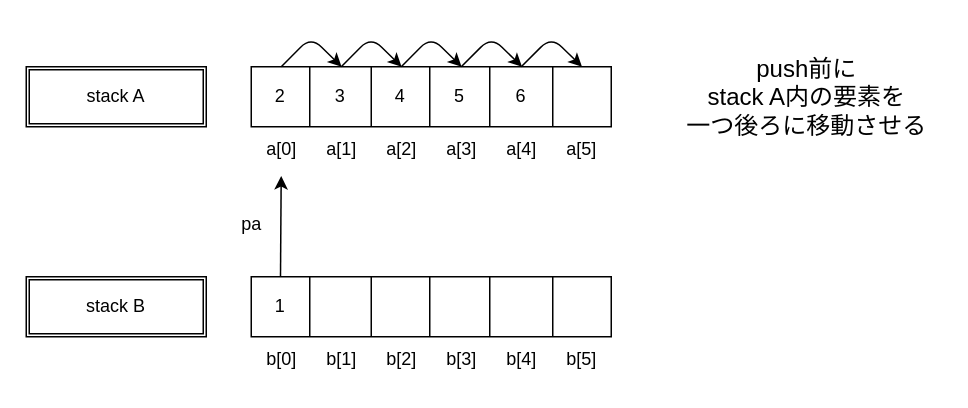
This is page "ページ3" (3 of 3) of images/array1.dio from welove-t/42Tokyo-push_swap, a draw.io file, before an edit. Source tidied: cells renumbered, new cells numbered last; positions are measured from the earlier drawing's top-left corner, leaving out a move shared by most shapes. Both pictures are drawn from the tidied source at 150%, with x=0, y=0 at pixel (26, 36).
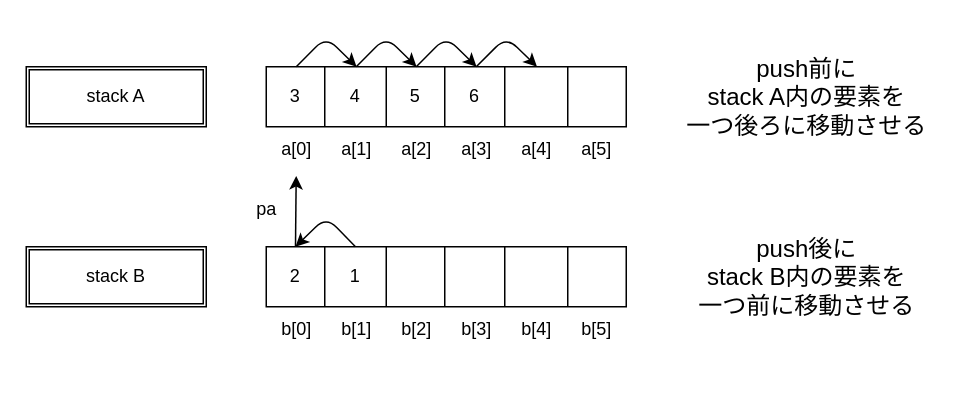
The same page after the edit.

Unchanged cells that the change refers to:
```xml
<mxCell id="3" style="shape=tableRow;horizontal=0;startSize=0;swimlaneHead=0;swimlaneBody=0;top=0;left=0;bottom=0;right=0;fillColor=none;" parent="2" vertex="1">
  <mxGeometry width="240" height="40" as="geometry" />
</mxCell>
<mxCell id="9" style="shape=partialRectangle;html=1;whiteSpace=wrap;fillColor=none;top=0;left=0;bottom=0;right=0;overflow=hidden;" parent="3" vertex="1">
  <mxGeometry x="201" width="39" height="40" as="geometry" />
</mxCell>
<mxCell id="18" style="shape=tableRow;horizontal=0;startSize=0;swimlaneHead=0;swimlaneBody=0;top=0;left=0;bottom=0;right=0;fillColor=none;" parent="17" vertex="1">
  <mxGeometry width="240" height="40" as="geometry" />
</mxCell>
```

Diff of the diagram source:
```diff
@@
     <mxCell id="2" style="shape=table;html=1;whiteSpace=wrap;startSize=0;childLayout=tableLayout;" parent="1" vertex="1">
-      <mxGeometry x="150" y="20" width="240" height="40" as="geometry" />
+      <mxGeometry x="160" y="20" width="240" height="40" as="geometry" />
     </mxCell>
@@
-    <mxCell id="4" value="2" style="shape=partialRectangle;html=1;whiteSpace=wrap;fillColor=none;top=0;left=0;bottom=0;right=0;overflow=hidden;" parent="3" vertex="1">
+    <mxCell id="4" value="3" style="shape=partialRectangle;html=1;whiteSpace=wrap;fillColor=none;top=0;left=0;bottom=0;right=0;overflow=hidden;" parent="3" vertex="1">
       <mxGeometry width="39" height="40" as="geometry" />
     </mxCell>
-    <mxCell id="5" value="3" style="shape=partialRectangle;html=1;whiteSpace=wrap;fillColor=none;top=0;left=0;bottom=0;right=0;overflow=hidden;" parent="3" vertex="1">
+    <mxCell id="5" value="4" style="shape=partialRectangle;html=1;whiteSpace=wrap;fillColor=none;top=0;left=0;bottom=0;right=0;overflow=hidden;" parent="3" vertex="1">
       <mxGeometry x="39" width="41" height="40" as="geometry" />
     </mxCell>
-    <mxCell id="6" value="4" style="shape=partialRectangle;html=1;whiteSpace=wrap;fillColor=none;top=0;left=0;bottom=0;right=0;overflow=hidden;" parent="3" vertex="1">
+    <mxCell id="6" value="5" style="shape=partialRectangle;html=1;whiteSpace=wrap;fillColor=none;top=0;left=0;bottom=0;right=0;overflow=hidden;" parent="3" vertex="1">
       <mxGeometry x="80" width="39" height="40" as="geometry" />
     </mxCell>
-    <mxCell id="7" value="5" style="shape=partialRectangle;html=1;whiteSpace=wrap;fillColor=none;top=0;left=0;bottom=0;right=0;overflow=hidden;" parent="3" vertex="1">
+    <mxCell id="7" value="6" style="shape=partialRectangle;html=1;whiteSpace=wrap;fillColor=none;top=0;left=0;bottom=0;right=0;overflow=hidden;" parent="3" vertex="1">
       <mxGeometry x="119" width="40" height="40" as="geometry" />
     </mxCell>
-    <mxCell id="8" value="6" style="shape=partialRectangle;html=1;whiteSpace=wrap;fillColor=none;top=0;left=0;bottom=0;right=0;overflow=hidden;" parent="3" vertex="1">
+    <mxCell id="8" style="shape=partialRectangle;html=1;whiteSpace=wrap;fillColor=none;top=0;left=0;bottom=0;right=0;overflow=hidden;" parent="3" vertex="1">
       <mxGeometry x="159" width="42" height="40" as="geometry" />
     </mxCell>
@@
-    <mxCell id="10" style="edgeStyle=none;html=1;exitX=0.5;exitY=0;exitDx=0;exitDy=0;fontSize=16;fontColor=#1A1A1A;entryX=0.5;entryY=0;entryDx=0;entryDy=0;" parent="3" edge="1" source="8" target="9">
-      <mxGeometry relative="1" as="geometry">
-        <Array as="points">
-          <mxPoint x="200" y="-20" />
-        </Array>
-      </mxGeometry>
-    </mxCell>
     <mxCell id="11" value="a[0]" style="text;html=1;align=center;verticalAlign=middle;points=[];strokeColor=none;fillColor=none;" parent="1" vertex="1">
-      <mxGeometry x="150" y="60" width="40" height="30" as="geometry" />
+      <mxGeometry x="160" y="60" width="40" height="30" as="geometry" />
     </mxCell>
     <mxCell id="12" value="a[1]" style="text;html=1;align=center;verticalAlign=middle;strokeColor=none;fillColor=none;" parent="1" vertex="1">
-      <mxGeometry x="190" y="60" width="40" height="30" as="geometry" />
+      <mxGeometry x="200" y="60" width="40" height="30" as="geometry" />
     </mxCell>
     <mxCell id="13" value="a[2]" style="text;html=1;align=center;verticalAlign=middle;strokeColor=none;fillColor=none;" parent="1" vertex="1">
-      <mxGeometry x="230" y="60" width="40" height="30" as="geometry" />
+      <mxGeometry x="240" y="60" width="40" height="30" as="geometry" />
     </mxCell>
     <mxCell id="14" value="a[3]" style="text;html=1;align=center;verticalAlign=middle;strokeColor=none;fillColor=none;" parent="1" vertex="1">
-      <mxGeometry x="270" y="60" width="40" height="30" as="geometry" />
+      <mxGeometry x="280" y="60" width="40" height="30" as="geometry" />
     </mxCell>
     <mxCell id="15" value="a[4]" style="text;html=1;align=center;verticalAlign=middle;strokeColor=none;fillColor=none;" parent="1" vertex="1">
-      <mxGeometry x="310" y="60" width="40" height="30" as="geometry" />
+      <mxGeometry x="320" y="60" width="40" height="30" as="geometry" />
     </mxCell>
     <mxCell id="16" value="a[5]" style="text;html=1;align=center;verticalAlign=middle;strokeColor=none;fillColor=none;" parent="1" vertex="1">
-      <mxGeometry x="350" y="60" width="40" height="30" as="geometry" />
+      <mxGeometry x="360" y="60" width="40" height="30" as="geometry" />
     </mxCell>
     <mxCell id="17" style="shape=table;html=1;whiteSpace=wrap;startSize=0;childLayout=tableLayout;" parent="1" vertex="1">
-      <mxGeometry x="150" y="160" width="240" height="40" as="geometry" />
+      <mxGeometry x="160" y="140" width="240" height="40" as="geometry" />
     </mxCell>
@@
-    <mxCell id="19" value="1" style="shape=partialRectangle;html=1;whiteSpace=wrap;fillColor=none;top=0;left=0;bottom=0;right=0;overflow=hidden;" parent="18" vertex="1">
+    <mxCell id="19" value="2" style="shape=partialRectangle;html=1;whiteSpace=wrap;fillColor=none;top=0;left=0;bottom=0;right=0;overflow=hidden;" parent="18" vertex="1">
       <mxGeometry width="39" height="40" as="geometry" />
     </mxCell>
-    <mxCell id="20" style="shape=partialRectangle;html=1;whiteSpace=wrap;fillColor=none;top=0;left=0;bottom=0;right=0;overflow=hidden;" parent="18" vertex="1">
+    <mxCell id="20" value="1" style="shape=partialRectangle;html=1;whiteSpace=wrap;fillColor=none;top=0;left=0;bottom=0;right=0;overflow=hidden;" parent="18" vertex="1">
       <mxGeometry x="39" width="41" height="40" as="geometry" />
     </mxCell>
@@
+    <mxCell id="40" style="edgeStyle=none;html=1;exitX=0.5;exitY=0;exitDx=0;exitDy=0;entryX=0.5;entryY=0;entryDx=0;entryDy=0;" parent="18" edge="1" source="20" target="19">
+      <mxGeometry relative="1" as="geometry">
+        <Array as="points">
+          <mxPoint x="40" y="-20" />
+        </Array>
+      </mxGeometry>
+    </mxCell>
     <mxCell id="25" value="b[0]" style="text;html=1;align=center;verticalAlign=middle;strokeColor=none;fillColor=none;" parent="1" vertex="1">
-      <mxGeometry x="150" y="200" width="40" height="30" as="geometry" />
+      <mxGeometry x="160" y="180" width="40" height="30" as="geometry" />
     </mxCell>
     <mxCell id="26" value="b[1]" style="text;html=1;align=center;verticalAlign=middle;strokeColor=none;fillColor=none;" parent="1" vertex="1">
-      <mxGeometry x="190" y="200" width="40" height="30" as="geometry" />
+      <mxGeometry x="200" y="180" width="40" height="30" as="geometry" />
     </mxCell>
     <mxCell id="27" value="b[2]" style="text;html=1;align=center;verticalAlign=middle;strokeColor=none;fillColor=none;" parent="1" vertex="1">
-      <mxGeometry x="230" y="200" width="40" height="30" as="geometry" />
+      <mxGeometry x="240" y="180" width="40" height="30" as="geometry" />
     </mxCell>
     <mxCell id="28" value="b[3]" style="text;html=1;align=center;verticalAlign=middle;strokeColor=none;fillColor=none;" parent="1" vertex="1">
-      <mxGeometry x="270" y="200" width="40" height="30" as="geometry" />
+      <mxGeometry x="280" y="180" width="40" height="30" as="geometry" />
     </mxCell>
     <mxCell id="29" value="b[4]" style="text;html=1;align=center;verticalAlign=middle;strokeColor=none;fillColor=none;" parent="1" vertex="1">
-      <mxGeometry x="310" y="200" width="40" height="30" as="geometry" />
+      <mxGeometry x="320" y="180" width="40" height="30" as="geometry" />
     </mxCell>
     <mxCell id="30" value="b[5]" style="text;html=1;align=center;verticalAlign=middle;strokeColor=none;fillColor=none;" parent="1" vertex="1">
-      <mxGeometry x="350" y="200" width="40" height="30" as="geometry" />
+      <mxGeometry x="360" y="180" width="40" height="30" as="geometry" />
     </mxCell>
@@
     <mxCell id="32" value="stack B" style="shape=ext;double=1;rounded=0;whiteSpace=wrap;html=1;" parent="1" vertex="1">
-      <mxGeometry y="160" width="120" height="40" as="geometry" />
+      <mxGeometry y="140" width="120" height="40" as="geometry" />
     </mxCell>
@@
     <mxCell id="34" value="pa" style="text;html=1;align=center;verticalAlign=middle;strokeColor=none;fillColor=none;" parent="1" vertex="1">
-      <mxGeometry x="130" y="110" width="40" height="30" as="geometry" />
+      <mxGeometry x="140" y="100" width="40" height="30" as="geometry" />
     </mxCell>
     <mxCell id="35" style="edgeStyle=none;html=1;exitX=0.5;exitY=0;exitDx=0;exitDy=0;fontSize=16;fontColor=#1A1A1A;entryX=0.5;entryY=0;entryDx=0;entryDy=0;" parent="1" edge="1">
       <mxGeometry relative="1" as="geometry">
-        <mxPoint x="290" y="20" as="sourcePoint" />
-        <mxPoint x="330.5" y="20" as="targetPoint" />
+        <mxPoint x="300" y="20" as="sourcePoint" />
+        <mxPoint x="340.5" y="20" as="targetPoint" />
         <Array as="points">
-          <mxPoint x="310" />
+          <mxPoint x="320" />
         </Array>
       </mxGeometry>
     </mxCell>
     <mxCell id="36" style="edgeStyle=none;html=1;fontSize=16;fontColor=#1A1A1A;entryX=0.5;entryY=0;entryDx=0;entryDy=0;" parent="1" edge="1">
       <mxGeometry relative="1" as="geometry">
-        <mxPoint x="250" y="20" as="sourcePoint" />
-        <mxPoint x="290.2" y="20" as="targetPoint" />
+        <mxPoint x="260" y="20" as="sourcePoint" />
+        <mxPoint x="300.2" y="20" as="targetPoint" />
         <Array as="points">
-          <mxPoint x="269.8" />
+          <mxPoint x="279.8" />
         </Array>
       </mxGeometry>
     </mxCell>
     <mxCell id="37" style="edgeStyle=none;html=1;fontSize=16;fontColor=#1A1A1A;entryX=0.5;entryY=0;entryDx=0;entryDy=0;" parent="1" edge="1">
       <mxGeometry relative="1" as="geometry">
-        <mxPoint x="210" y="20" as="sourcePoint" />
-        <mxPoint x="250.2" y="20" as="targetPoint" />
+        <mxPoint x="220" y="20" as="sourcePoint" />
+        <mxPoint x="260.2" y="20" as="targetPoint" />
         <Array as="points">
-          <mxPoint x="229.8" />
+          <mxPoint x="239.8" />
         </Array>
       </mxGeometry>
     </mxCell>
     <mxCell id="38" style="edgeStyle=none;html=1;fontSize=16;fontColor=#1A1A1A;entryX=0.5;entryY=0;entryDx=0;entryDy=0;" parent="1" edge="1">
       <mxGeometry relative="1" as="geometry">
-        <mxPoint x="170" y="20" as="sourcePoint" />
-        <mxPoint x="210.2" y="20" as="targetPoint" />
+        <mxPoint x="180" y="20" as="sourcePoint" />
+        <mxPoint x="220.2" y="20" as="targetPoint" />
         <Array as="points">
-          <mxPoint x="189.8" />
+          <mxPoint x="199.8" />
         </Array>
       </mxGeometry>
     </mxCell>
@@
+    <mxCell id="41" value="&lt;span style=&quot;font-size: 16px;&quot;&gt;push後に&lt;/span&gt;&lt;br style=&quot;font-size: 16px;&quot;&gt;&lt;span style=&quot;font-size: 16px;&quot;&gt;stack B内の要素を&lt;/span&gt;&lt;br style=&quot;font-size: 16px;&quot;&gt;&lt;span style=&quot;font-size: 16px;&quot;&gt;一つ前に移動させる&lt;/span&gt;" style="text;html=1;align=center;verticalAlign=middle;strokeColor=none;fillColor=none;" parent="1" vertex="1">
+      <mxGeometry x="435" y="125" width="170" height="70" as="geometry" />
+    </mxCell>
```
